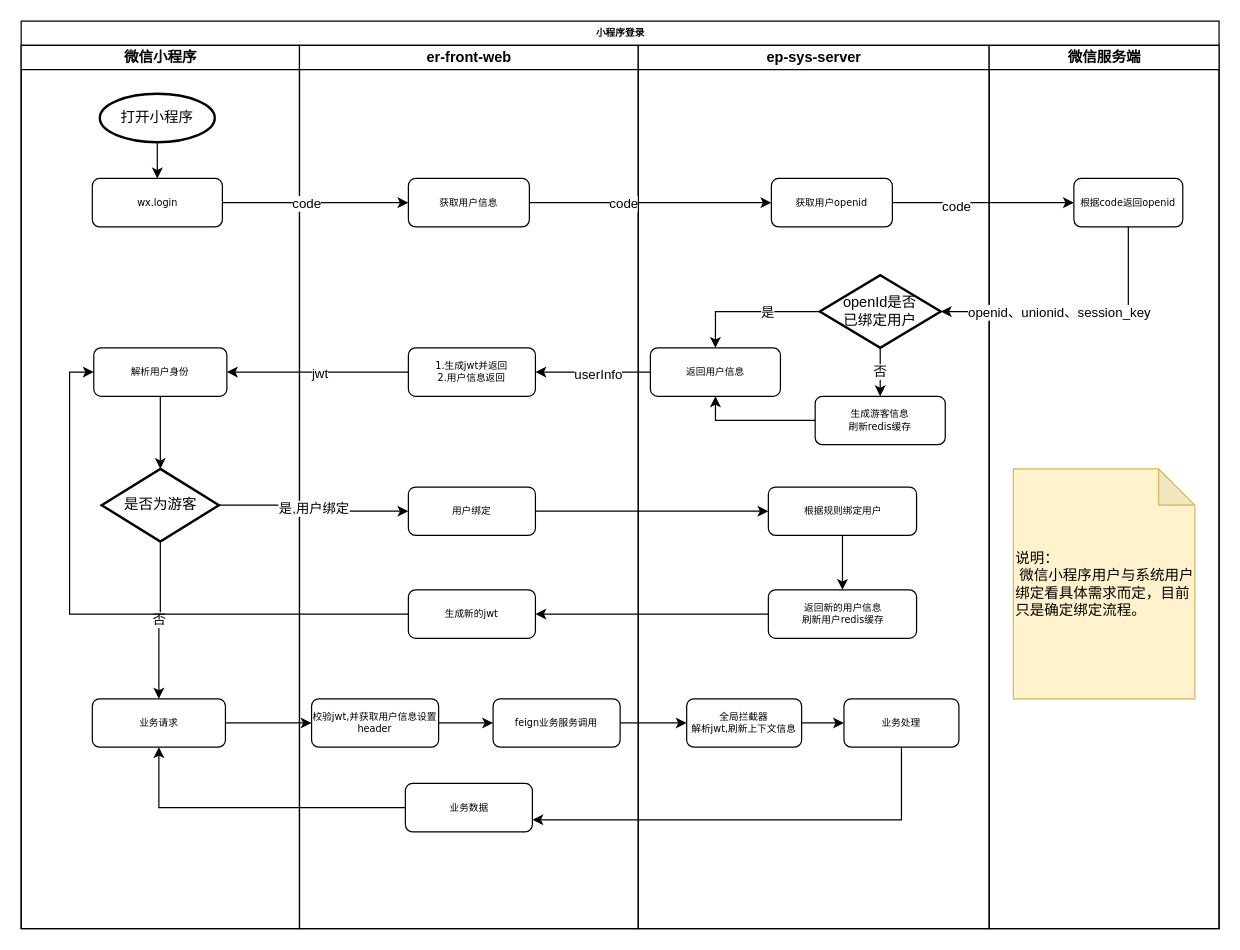
Above: 小程序登录服务流程.drawio in liangdengming/diagrams (draw.io), before the change. Source tidied: cells renumbered, new cells numbered last; positions are measured from the earlier drawing's top-left corner, leaving out a move shared by most shapes. Both pictures are drawn from the tidied source at 121%, with x=0, y=0 at pixel (21, 21).
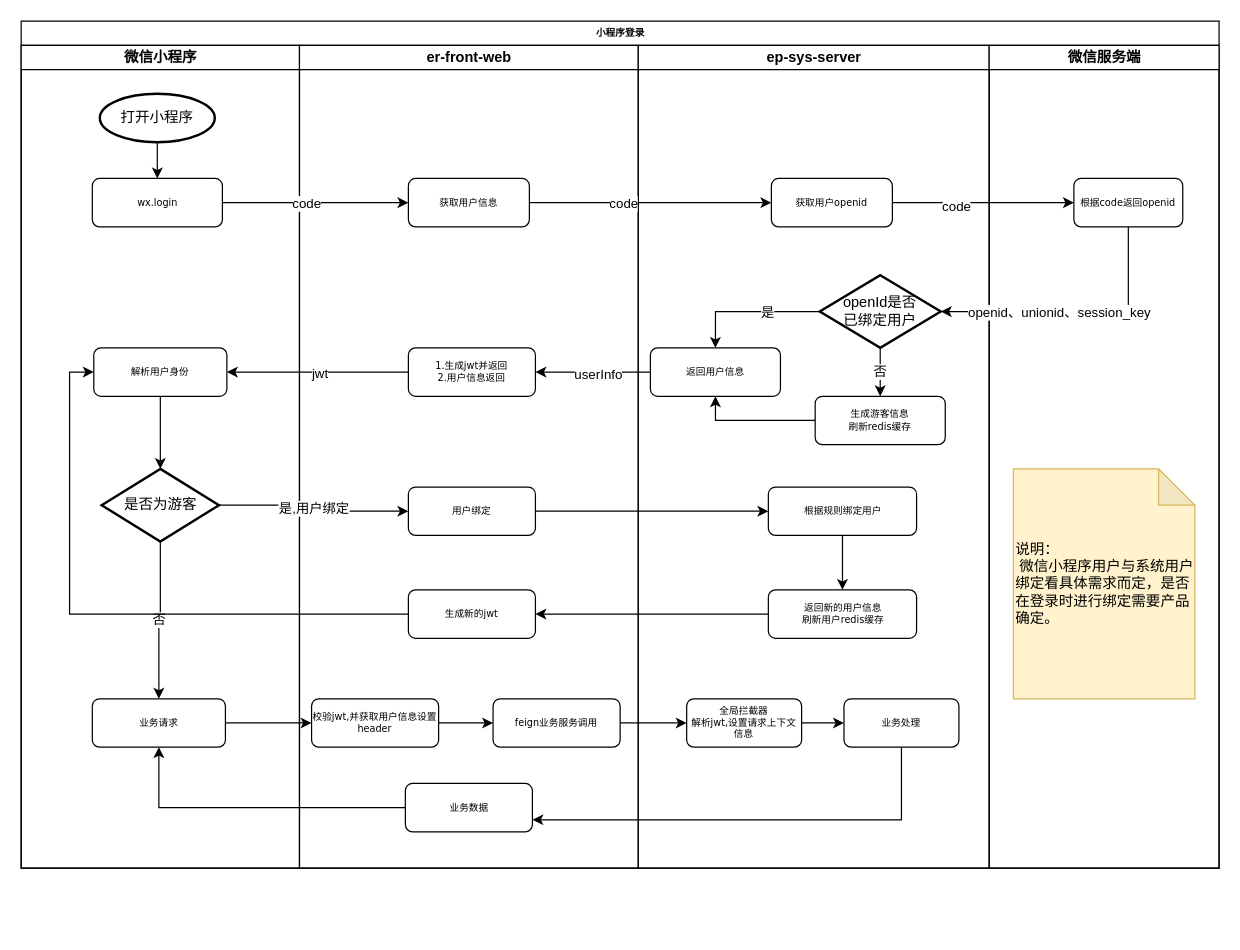
The same diagram, later.

Commit message (it also covers changes not shown here):
小程序登录服务流程.drawio

Change to the diagram source:
```diff
@@
     <mxCell id="2" value="小程序登录" style="swimlane;html=1;startSize=20;rounded=0;shadow=0;labelBackgroundColor=none;strokeWidth=1;fontFamily=Verdana;fontSize=8;align=center;" parent="1" vertex="1">
-      <mxGeometry width="990" height="750" as="geometry" />
+      <mxGeometry width="990" height="700" as="geometry" />
     </mxCell>
     <mxCell id="3" value="微信小程序" style="swimlane;html=1;startSize=20;" parent="2" vertex="1">
-      <mxGeometry y="20" width="230" height="730" as="geometry" />
+      <mxGeometry y="20" width="230" height="680" as="geometry" />
     </mxCell>
@@
     <mxCell id="12" value="er-front-web" style="swimlane;html=1;startSize=20;" parent="2" vertex="1">
-      <mxGeometry x="230" y="20" width="280" height="730" as="geometry" />
+      <mxGeometry x="230" y="20" width="280" height="680" as="geometry" />
     </mxCell>
@@
     <mxCell id="21" value="ep-sys-server" style="swimlane;html=1;startSize=20;" parent="2" vertex="1">
-      <mxGeometry x="510" y="20" width="290" height="730" as="geometry" />
+      <mxGeometry x="510" y="20" width="290" height="680" as="geometry" />
     </mxCell>
@@
-    <mxCell id="33" value="全局拦截器&lt;br&gt;解析jwt,刷新上下文信息" style="rounded=1;whiteSpace=wrap;html=1;shadow=0;labelBackgroundColor=none;strokeWidth=1;fontFamily=Verdana;fontSize=8;align=center;" parent="21" vertex="1">
+    <mxCell id="33" value="全局拦截器&lt;br&gt;解析jwt,设置请求上下文信息" style="rounded=1;whiteSpace=wrap;html=1;shadow=0;labelBackgroundColor=none;strokeWidth=1;fontFamily=Verdana;fontSize=8;align=center;" parent="21" vertex="1">
       <mxGeometry x="40" y="540" width="95" height="40" as="geometry" />
     </mxCell>
@@
     <mxCell id="36" value="微信服务端" style="swimlane;html=1;startSize=20;" parent="2" vertex="1">
-      <mxGeometry x="800" y="20" width="190" height="730" as="geometry" />
+      <mxGeometry x="800" y="20" width="190" height="680" as="geometry" />
     </mxCell>
@@
-    <mxCell id="38" value="说明：&lt;br&gt;&lt;span style=&quot;white-space: pre;&quot;&gt; &lt;/span&gt;微信小程序用户与系统用户绑定看具体需求而定，目前只是确定绑定流程。" style="shape=note;whiteSpace=wrap;html=1;backgroundOutline=1;darkOpacity=0.05;fillColor=#fff2cc;strokeColor=#d6b656;align=left;" parent="36" vertex="1">
+    <mxCell id="38" value="说明：&lt;br&gt;&lt;span style=&quot;white-space: pre;&quot;&gt; &lt;/span&gt;微信小程序用户与系统用户绑定看具体需求而定，是否在登录时进行绑定需要产品确定。" style="shape=note;whiteSpace=wrap;html=1;backgroundOutline=1;darkOpacity=0.05;fillColor=#fff2cc;strokeColor=#d6b656;align=left;" parent="36" vertex="1">
       <mxGeometry x="20" y="350" width="150" height="190" as="geometry" />
     </mxCell>
```
